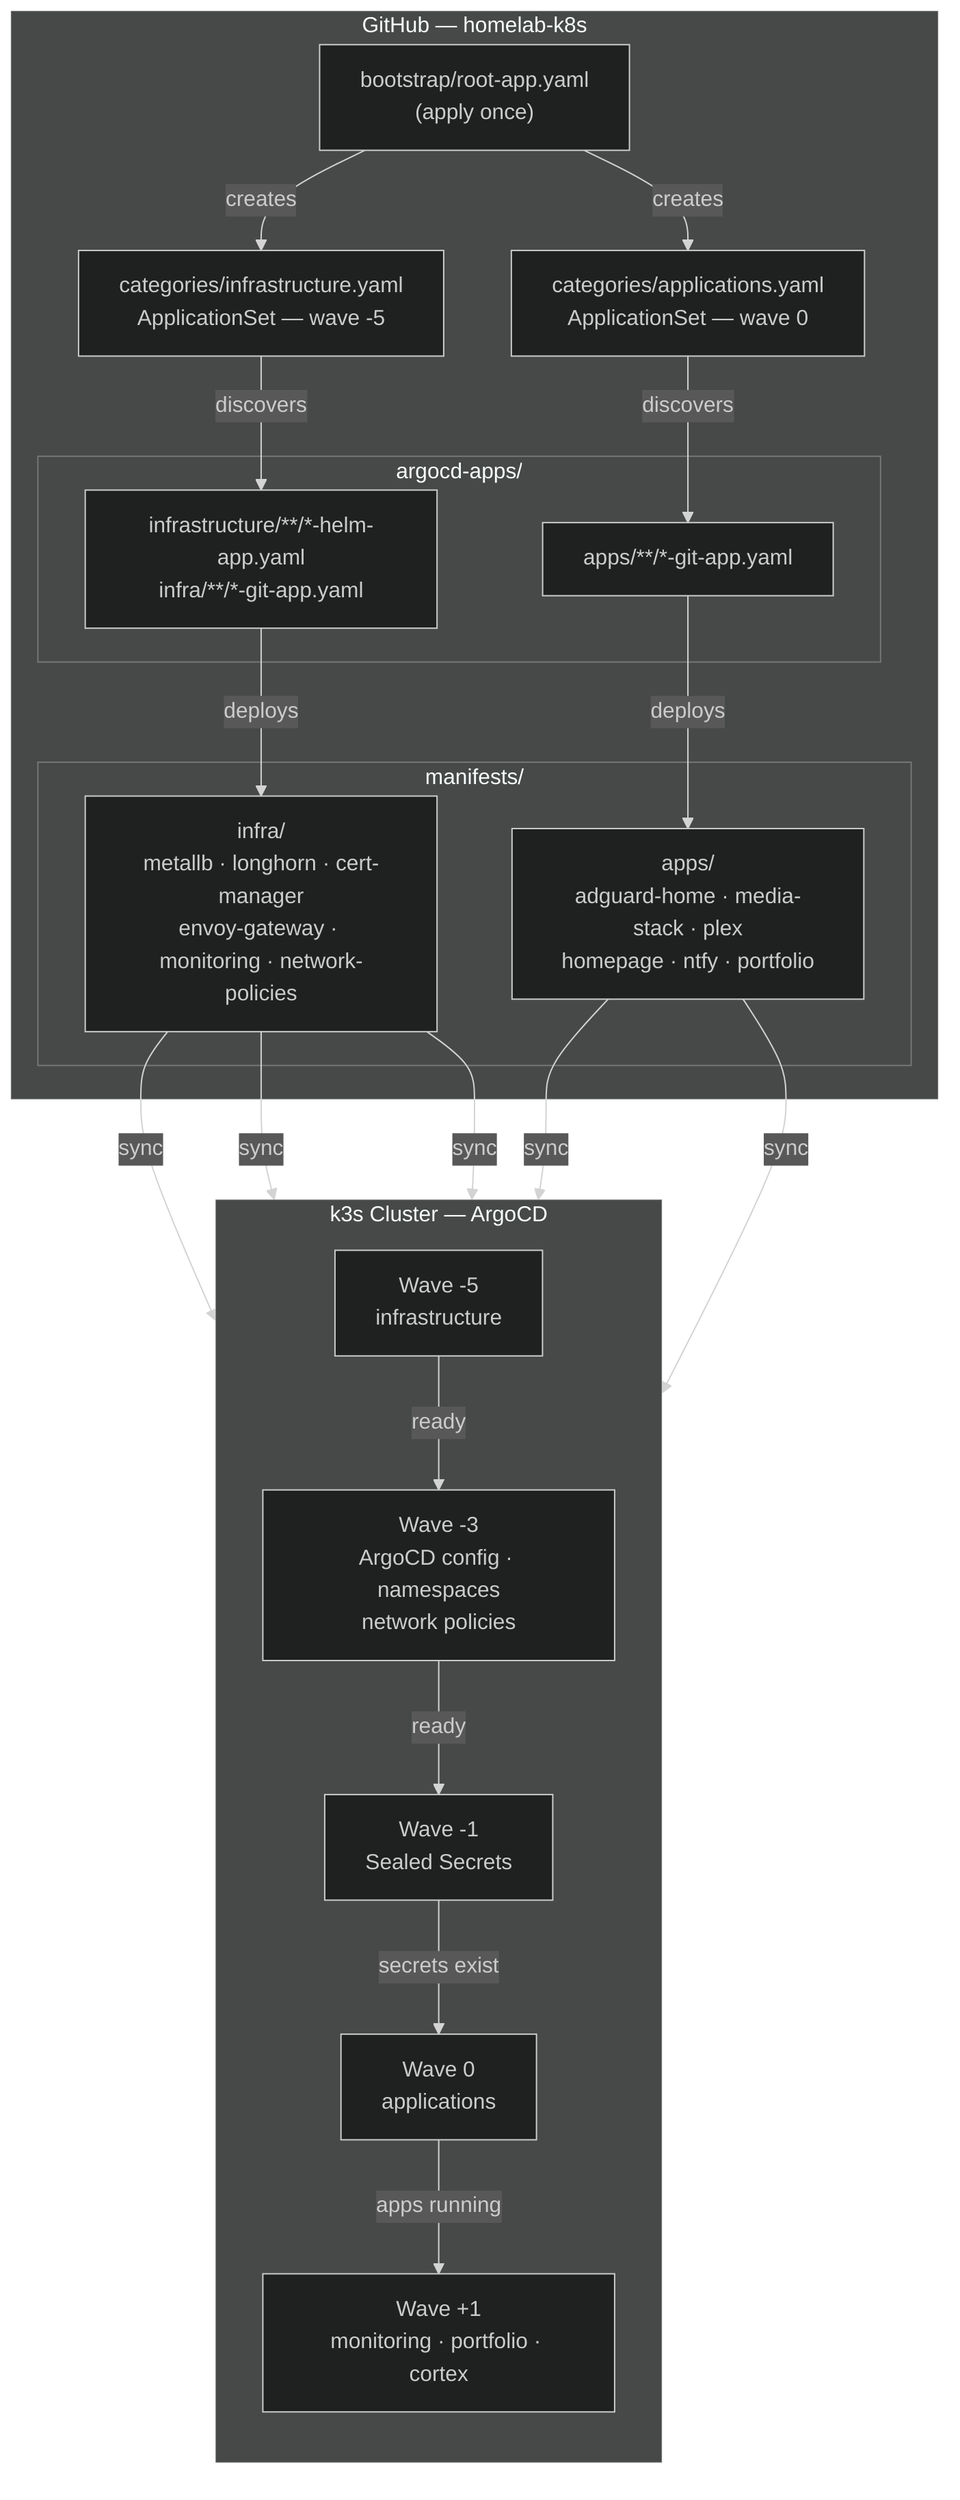
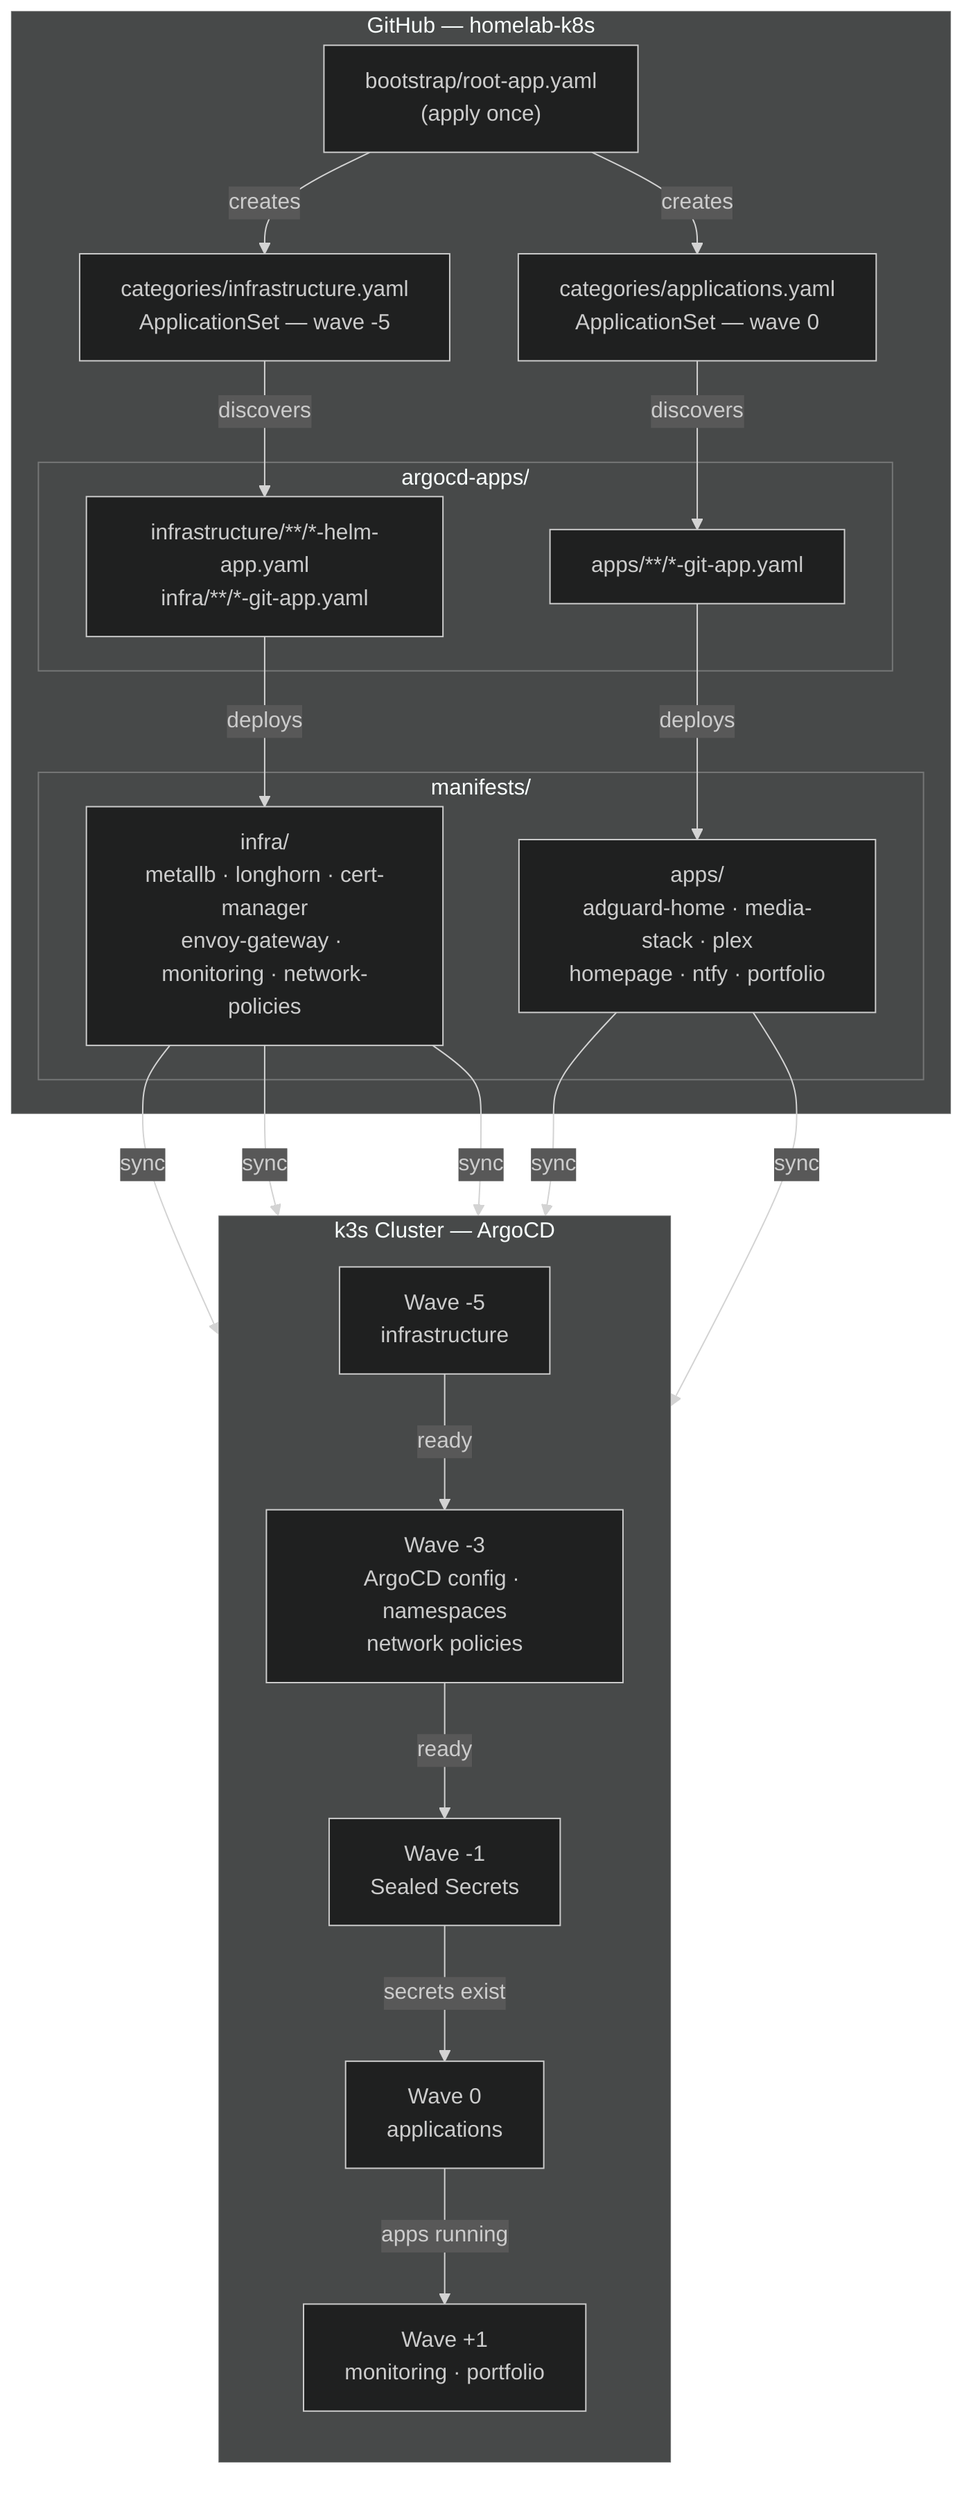
%%{ init: { "theme": "dark" } }%%
flowchart TB
    subgraph Git["GitHub — homelab-k8s"]
        Root["bootstrap/root-app.yaml\n(apply once)"]
        InfraSet["categories/infrastructure.yaml\nApplicationSet — wave -5"]
        AppsSet["categories/applications.yaml\nApplicationSet — wave 0"]

        subgraph ArgoApps["argocd-apps/"]
            InfraApps["infrastructure/**/*-helm-app.yaml\ninfra/**/*-git-app.yaml"]
            AppDefs["apps/**/*-git-app.yaml"]
        end

        subgraph Manifests["manifests/"]
            InfraManifests["infra/\nmetallb · longhorn · cert-manager\nenvoy-gateway · monitoring · network-policies"]
            AppManifests["apps/\nadguard-home · media-stack · plex\nhomepage · ntfy · portfolio"]
        end
    end

    subgraph Cluster["k3s Cluster — ArgoCD"]
        direction TB
        W5["Wave -5\ninfrastructure"]
        W3["Wave -3\nArgoCD config · namespaces\nnetwork policies"]
        W1["Wave -1\nSealed Secrets"]
        W0["Wave 0\napplications"]
-         W1P["Wave +1\nmonitoring · portfolio · cortex"]
+         W1P["Wave +1\nmonitoring · portfolio"]
    end

    Root -->|"creates"| InfraSet
    Root -->|"creates"| AppsSet
    InfraSet -->|"discovers"| InfraApps
    AppsSet -->|"discovers"| AppDefs
    InfraApps -->|"deploys"| InfraManifests
    AppDefs -->|"deploys"| AppManifests
    InfraManifests -->|"sync"| W5
    InfraManifests -->|"sync"| W3
    InfraManifests -->|"sync"| W1
    AppManifests -->|"sync"| W0
    AppManifests -->|"sync"| W1P

    W5 -->|"ready"| W3
    W3 -->|"ready"| W1
    W1 -->|"secrets exist"| W0
    W0 -->|"apps running"| W1P
